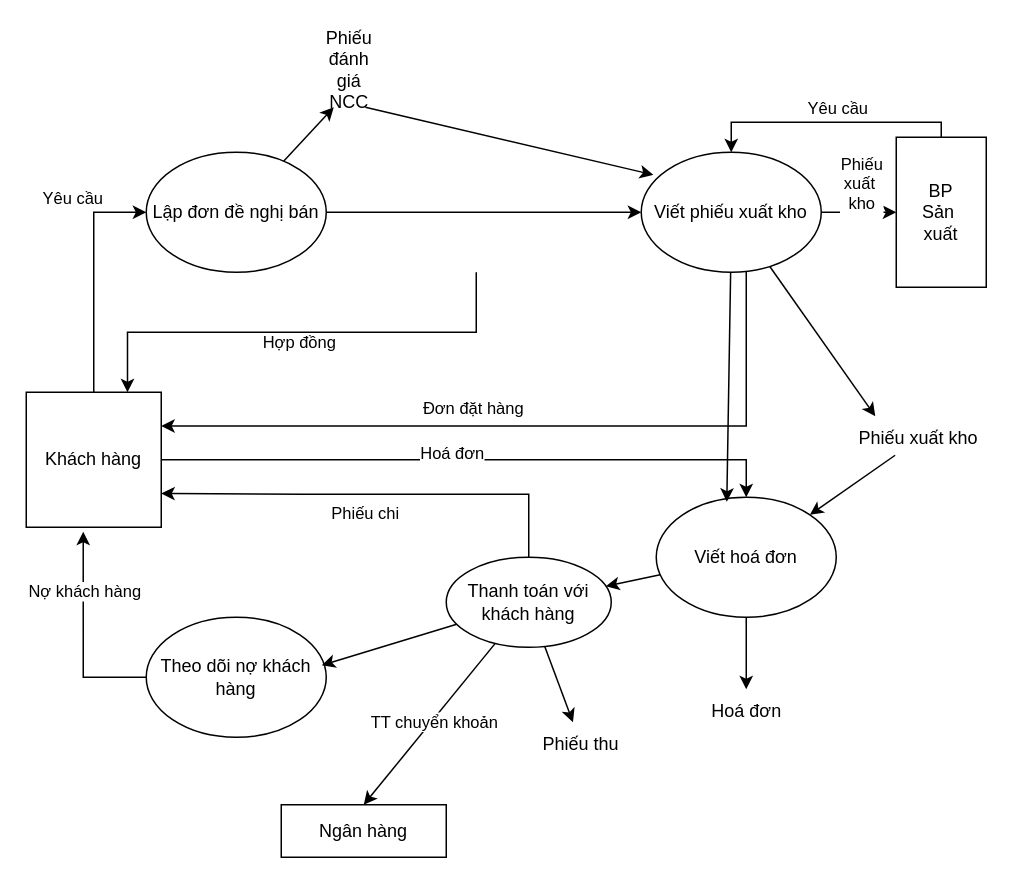
This is page "DFD_3" (38 of 39) of doan.drawio from anhduy7723/web_shop, a draw.io file, before an edit. Source tidied: cells renumbered, new cells numbered last; positions are measured from the earlier drawing's top-left corner, leaving out a move shared by most shapes. Both pictures are drawn from the tidied source at 150%, with x=0, y=0 at pixel (26, 46).
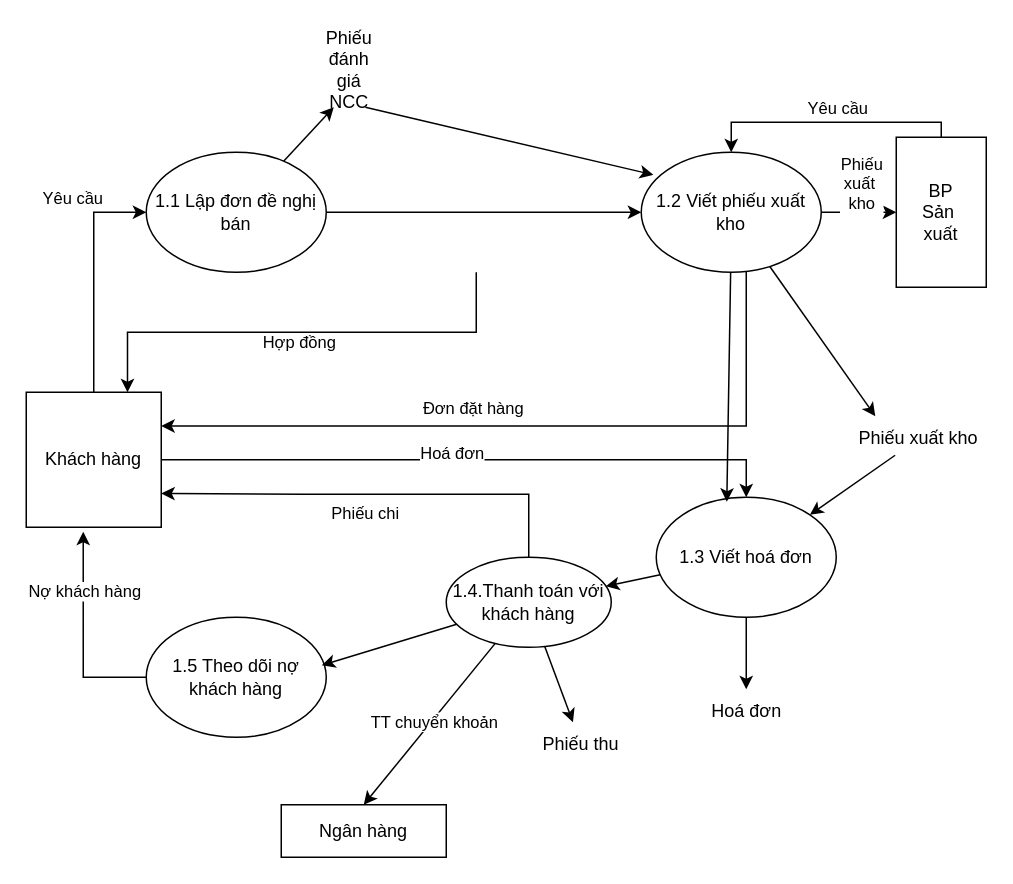
After the change.

What changed in the source:
```diff
@@
-    <mxCell id="4" value="Lập đơn đề nghị bán" style="ellipse;whiteSpace=wrap;html=1;" parent="1" vertex="1">
+    <mxCell id="4" value="1.1 Lập đơn đề nghị bán" style="ellipse;whiteSpace=wrap;html=1;" parent="1" vertex="1">
       <mxGeometry x="80" y="70" width="120" height="80" as="geometry" />
     </mxCell>
@@
-    <mxCell id="10" value="Theo dõi nợ khách hàng" style="ellipse;whiteSpace=wrap;html=1;" parent="1" vertex="1">
+    <mxCell id="10" value="1.5 Theo dõi nợ khách hàng" style="ellipse;whiteSpace=wrap;html=1;" parent="1" vertex="1">
       <mxGeometry x="80" y="380" width="120" height="80" as="geometry" />
     </mxCell>
@@
-    <mxCell id="21" value="Viết phiếu xuất kho" style="ellipse;whiteSpace=wrap;html=1;" parent="1" vertex="1">
+    <mxCell id="21" value="1.2 Viết phiếu xuất kho" style="ellipse;whiteSpace=wrap;html=1;" parent="1" vertex="1">
       <mxGeometry x="410" y="70" width="120" height="80" as="geometry" />
     </mxCell>
@@
-    <mxCell id="27" value="Thanh toán với khách hàng" style="ellipse;whiteSpace=wrap;html=1;" parent="1" vertex="1">
+    <mxCell id="27" value="1.4.Thanh toán với khách hàng" style="ellipse;whiteSpace=wrap;html=1;" parent="1" vertex="1">
       <mxGeometry x="280" y="340" width="110" height="60" as="geometry" />
     </mxCell>
@@
-    <mxCell id="33" value="Viết hoá đơn" style="ellipse;whiteSpace=wrap;html=1;" parent="1" vertex="1">
+    <mxCell id="33" value="1.3 Viết hoá đơn" style="ellipse;whiteSpace=wrap;html=1;" parent="1" vertex="1">
       <mxGeometry x="420" y="300" width="120" height="80" as="geometry" />
     </mxCell>
```
